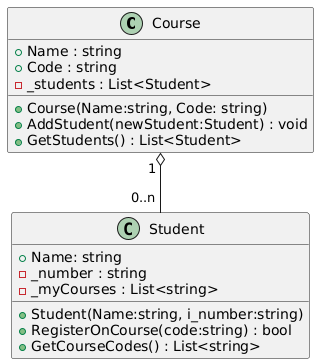
Earlier version of the PlantUML export src/assets/img/kmom04/classdiagramExercise1.png (bth-csharp/website).
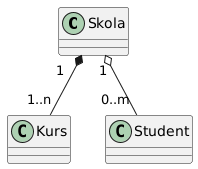
The same file after the commit.

Commit message:
Update kmom04 objects exercise

The edit, as a diff of the source:
```diff
@@ -1,21 +1,18 @@
 @startuml
-class Course {
-    + Name : string
-    + Code : string
-    - _students : List<Student>
-    + Course(Name:string, Code: string)
-    + AddStudent(newStudent:Student) : void
-    + GetStudents() : List<Student>
+class Skola
+{
+
+}
+
+class Kurs {
+
 }
 
 class Student {
-    + Name: string
-    - _number : string
-    - _myCourses : List<string>
-    + Student(Name:string, i_number:string)
-    + RegisterOnCourse(code:string) : bool
-    + GetCourseCodes() : List<string>
+
 }
 
-Course "1 " o-- "0..n " Student
+
+Skola "1   " *-- "1..n" Kurs
+Skola "1" o-- "0..m" Student
 @enduml
```
